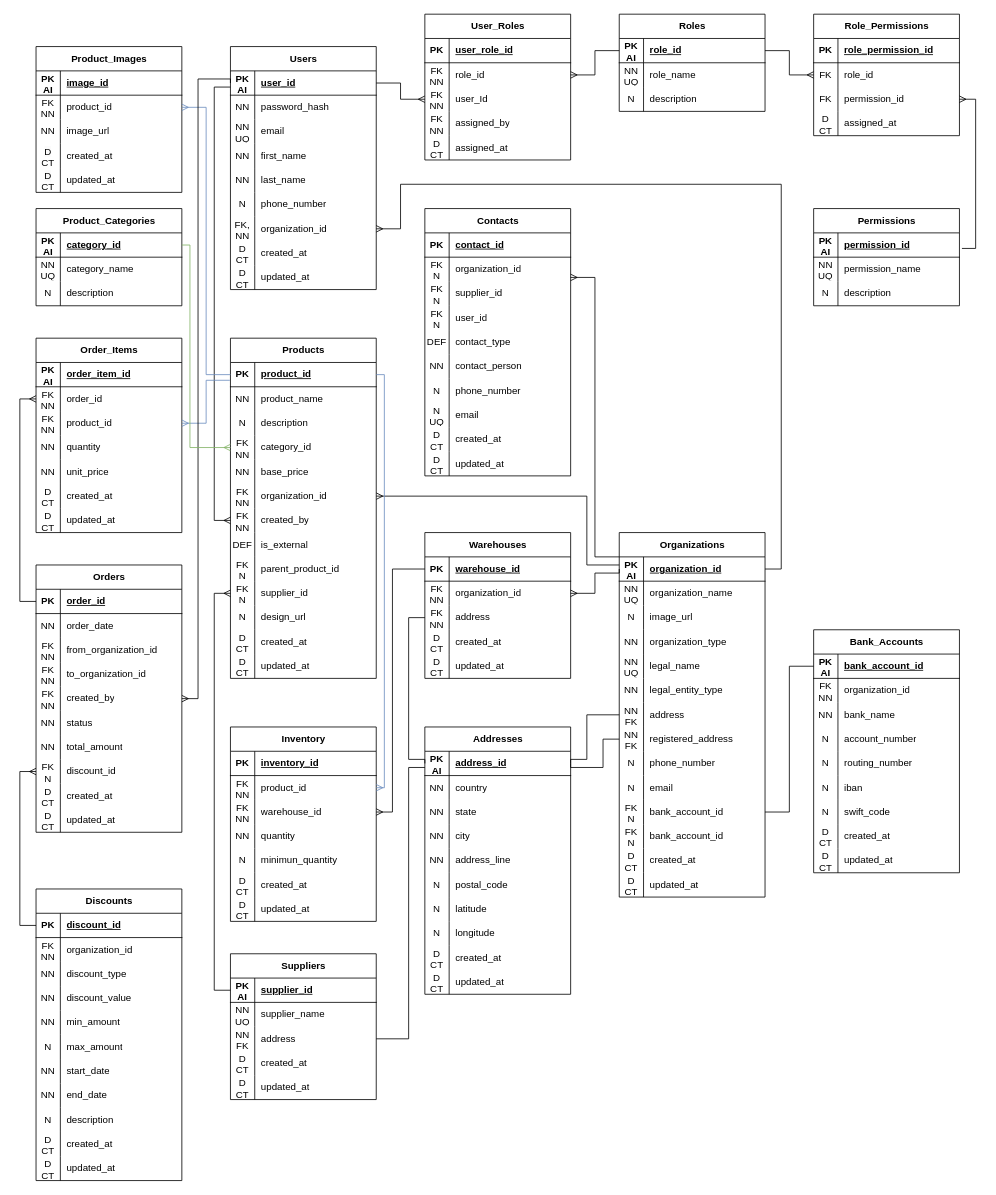
The draw.io diagram diagram/Диаграмма без названия.drawio in arsen1234567/erp, before the edit. Source tidied: cells renumbered, new cells numbered last; positions are measured from the earlier drawing's top-left corner, leaving out a move shared by most shapes. Both pictures are drawn from the tidied source at 81%, with x=0, y=0 at pixel (36, 14).
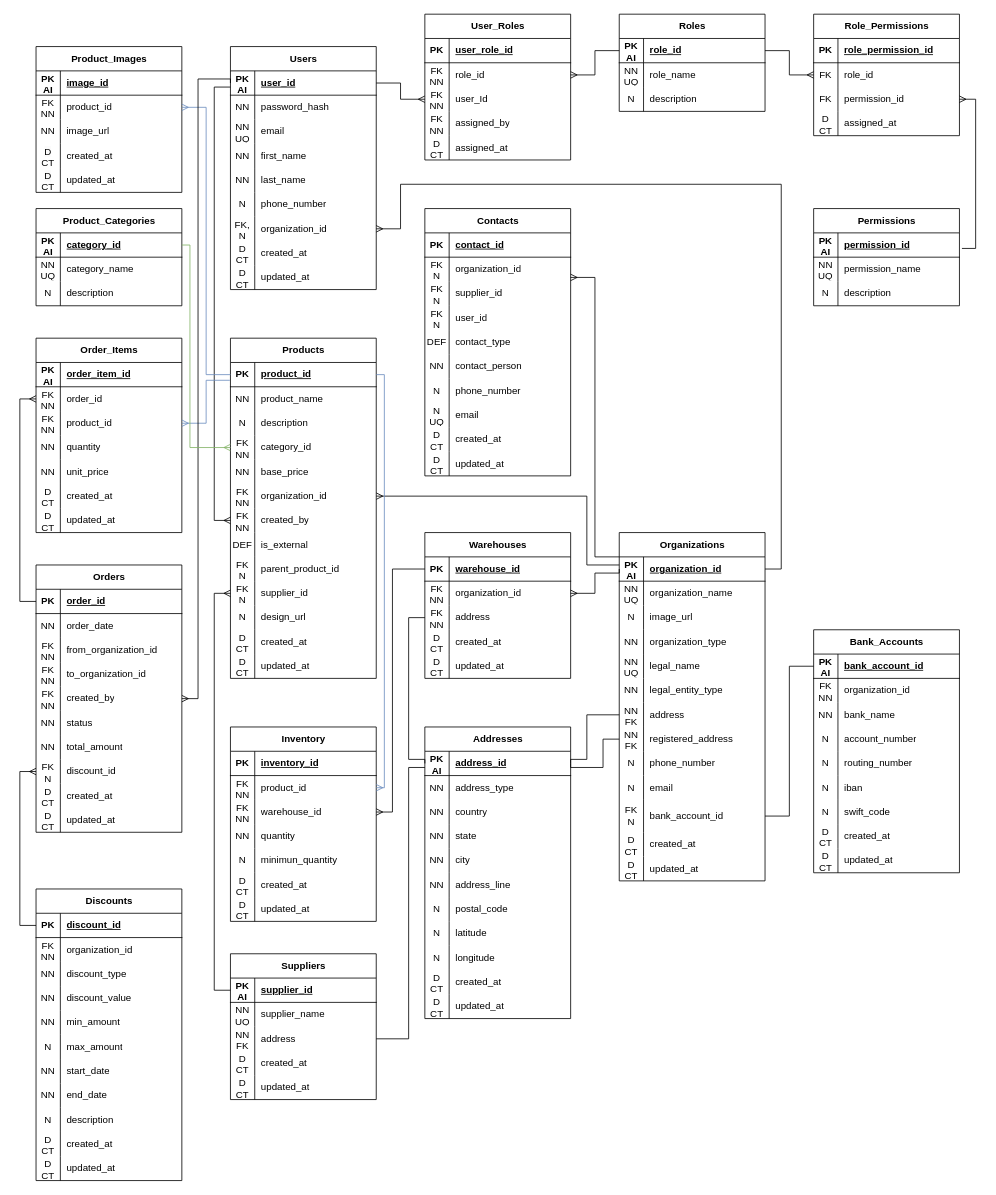
Above is the later version.

The change refers to these unchanged cells:
```xml
<mxCell id="21" style="shape=tableRow;horizontal=0;startSize=0;swimlaneHead=0;swimlaneBody=0;fillColor=none;points=[[0,0.5],[1,0.5]];portConstraint=eastwest;top=0;left=0;right=0;bottom=0;" parent="2" vertex="1">
  <mxGeometry y="210" width="180" height="30" as="geometry" />
</mxCell>
```

Diff of the diagram source:
```diff
@@
-    <mxCell id="22" value="FK,&lt;div&gt;NN&lt;/div&gt;" style="shape=partialRectangle;fillColor=none;top=0;left=0;bottom=0;right=0;overflow=hidden;whiteSpace=wrap;html=1;" parent="21" vertex="1">
+    <mxCell id="22" value="FK,&lt;div&gt;N&lt;/div&gt;" style="shape=partialRectangle;fillColor=none;top=0;left=0;bottom=0;right=0;overflow=hidden;whiteSpace=wrap;html=1;" parent="21" vertex="1">
       <mxGeometry width="30" height="30" as="geometry" />
     </mxCell>
@@
     <mxCell id="145" value="Organizations" style="shape=table;startSize=30;childLayout=tableLayout;rowLines=0;fontStyle=1;align=center;html=1;" parent="1" vertex="1">
-      <mxGeometry x="720" y="640" width="180" height="450" as="geometry" />
+      <mxGeometry x="720" y="640" width="180" height="430" as="geometry" />
     </mxCell>
@@
     <mxCell id="176" style="shape=tableRow;horizontal=0;startSize=0;swimlaneHead=0;swimlaneBody=0;fillColor=none;points=[[0,0.5],[1,0.5]];portConstraint=eastwest;top=0;left=0;right=0;bottom=0;" parent="145" vertex="1">
-      <mxGeometry y="330" width="180" height="30" as="geometry" />
+      <mxGeometry y="330" width="180" height="40" as="geometry" />
     </mxCell>
     <mxCell id="177" value="FK&lt;div&gt;N&lt;/div&gt;" style="shape=partialRectangle;fillColor=none;top=0;left=0;bottom=0;right=0;overflow=hidden;whiteSpace=wrap;html=1;" parent="176" vertex="1">
-      <mxGeometry width="30" height="30" as="geometry" />
+      <mxGeometry width="30" height="40" as="geometry" />
     </mxCell>
     <mxCell id="178" value="bank_account_id" style="shape=partialRectangle;fillColor=none;top=0;left=0;bottom=0;right=0;align=left;spacingLeft=6;overflow=hidden;whiteSpace=wrap;html=1;" parent="176" vertex="1">
-      <mxGeometry x="30" width="150" height="30" as="geometry" />
+      <mxGeometry x="30" width="150" height="40" as="geometry" />
     </mxCell>
-    <mxCell id="179" style="shape=tableRow;horizontal=0;startSize=0;swimlaneHead=0;swimlaneBody=0;fillColor=none;top=0;left=0;right=0;bottom=0;" parent="145" vertex="1">
-      <mxGeometry y="360" width="180" height="30" as="geometry" />
-    </mxCell>
-    <mxCell id="180" value="FK&lt;div&gt;N&lt;/div&gt;" style="shape=partialRectangle;fillColor=none;top=0;left=0;bottom=0;right=0;overflow=hidden;whiteSpace=wrap;html=1;" parent="179" vertex="1">
-      <mxGeometry width="30" height="30" as="geometry" />
-    </mxCell>
-    <mxCell id="181" value="bank_account_id" style="shape=partialRectangle;fillColor=none;top=0;left=0;bottom=0;right=0;align=left;spacingLeft=6;overflow=hidden;whiteSpace=wrap;html=1;" parent="179" vertex="1">
-      <mxGeometry x="30" width="150" height="30" as="geometry" />
-    </mxCell>
     <mxCell id="182" style="shape=tableRow;horizontal=0;startSize=0;swimlaneHead=0;swimlaneBody=0;fillColor=none;top=0;left=0;right=0;bottom=0;" parent="145" vertex="1">
-      <mxGeometry y="390" width="180" height="30" as="geometry" />
+      <mxGeometry y="370" width="180" height="30" as="geometry" />
     </mxCell>
@@
     <mxCell id="185" style="shape=tableRow;horizontal=0;startSize=0;swimlaneHead=0;swimlaneBody=0;fillColor=none;top=0;left=0;right=0;bottom=0;" parent="145" vertex="1">
-      <mxGeometry y="420" width="180" height="30" as="geometry" />
+      <mxGeometry y="400" width="180" height="30" as="geometry" />
     </mxCell>
@@
     <mxCell id="388" value="Addresses" style="shape=table;startSize=30;childLayout=tableLayout;rowLines=0;fontStyle=1;align=center;html=1;" parent="1" vertex="1">
-      <mxGeometry x="480" y="880" width="180" height="330" as="geometry" />
+      <mxGeometry x="480" y="880" width="180" height="360" as="geometry" />
     </mxCell>
@@
+    <mxCell id="442" style="shape=tableRow;horizontal=0;startSize=0;swimlaneHead=0;swimlaneBody=0;fillColor=none;top=0;left=0;right=0;bottom=0;" parent="388" vertex="1">
+      <mxGeometry y="60" width="180" height="30" as="geometry" />
+    </mxCell>
+    <mxCell id="443" value="NN" style="shape=partialRectangle;fillColor=none;top=0;left=0;bottom=0;right=0;overflow=hidden;whiteSpace=wrap;html=1;" parent="442" vertex="1">
+      <mxGeometry width="30" height="30" as="geometry" />
+    </mxCell>
+    <mxCell id="444" value="address_type" style="shape=partialRectangle;fillColor=none;top=0;left=0;bottom=0;right=0;align=left;spacingLeft=6;overflow=hidden;whiteSpace=wrap;html=1;" parent="442" vertex="1">
+      <mxGeometry x="30" width="150" height="30" as="geometry" />
+    </mxCell>
     <mxCell id="392" style="shape=tableRow;horizontal=0;startSize=0;swimlaneHead=0;swimlaneBody=0;fillColor=none;top=0;left=0;right=0;bottom=0;" parent="388" vertex="1">
-      <mxGeometry y="60" width="180" height="30" as="geometry" />
+      <mxGeometry y="90" width="180" height="30" as="geometry" />
     </mxCell>
@@
     <mxCell id="395" style="shape=tableRow;horizontal=0;startSize=0;swimlaneHead=0;swimlaneBody=0;fillColor=none;top=0;left=0;right=0;bottom=0;" parent="388" vertex="1">
-      <mxGeometry y="90" width="180" height="30" as="geometry" />
+      <mxGeometry y="120" width="180" height="30" as="geometry" />
     </mxCell>
@@
     <mxCell id="398" style="shape=tableRow;horizontal=0;startSize=0;swimlaneHead=0;swimlaneBody=0;fillColor=none;top=0;left=0;right=0;bottom=0;" parent="388" vertex="1">
-      <mxGeometry y="120" width="180" height="30" as="geometry" />
+      <mxGeometry y="150" width="180" height="30" as="geometry" />
     </mxCell>
@@
     <mxCell id="401" style="shape=tableRow;horizontal=0;startSize=0;swimlaneHead=0;swimlaneBody=0;fillColor=none;top=0;left=0;right=0;bottom=0;" parent="388" vertex="1">
-      <mxGeometry y="150" width="180" height="30" as="geometry" />
+      <mxGeometry y="180" width="180" height="30" as="geometry" />
     </mxCell>
@@
     <mxCell id="404" style="shape=tableRow;horizontal=0;startSize=0;swimlaneHead=0;swimlaneBody=0;fillColor=none;top=0;left=0;right=0;bottom=0;" parent="388" vertex="1">
-      <mxGeometry y="180" width="180" height="30" as="geometry" />
+      <mxGeometry y="210" width="180" height="30" as="geometry" />
     </mxCell>
@@
     <mxCell id="407" style="shape=tableRow;horizontal=0;startSize=0;swimlaneHead=0;swimlaneBody=0;fillColor=none;top=0;left=0;right=0;bottom=0;" parent="388" vertex="1">
-      <mxGeometry y="210" width="180" height="30" as="geometry" />
+      <mxGeometry y="240" width="180" height="30" as="geometry" />
     </mxCell>
@@
     <mxCell id="410" style="shape=tableRow;horizontal=0;startSize=0;swimlaneHead=0;swimlaneBody=0;fillColor=none;top=0;left=0;right=0;bottom=0;" parent="388" vertex="1">
-      <mxGeometry y="240" width="180" height="30" as="geometry" />
+      <mxGeometry y="270" width="180" height="30" as="geometry" />
     </mxCell>
@@
     <mxCell id="413" style="shape=tableRow;horizontal=0;startSize=0;swimlaneHead=0;swimlaneBody=0;fillColor=none;top=0;left=0;right=0;bottom=0;" parent="388" vertex="1">
-      <mxGeometry y="270" width="180" height="30" as="geometry" />
+      <mxGeometry y="300" width="180" height="30" as="geometry" />
     </mxCell>
@@
     <mxCell id="416" style="shape=tableRow;horizontal=0;startSize=0;swimlaneHead=0;swimlaneBody=0;fillColor=none;top=0;left=0;right=0;bottom=0;" parent="388" vertex="1">
-      <mxGeometry y="300" width="180" height="30" as="geometry" />
+      <mxGeometry y="330" width="180" height="30" as="geometry" />
     </mxCell>
```
